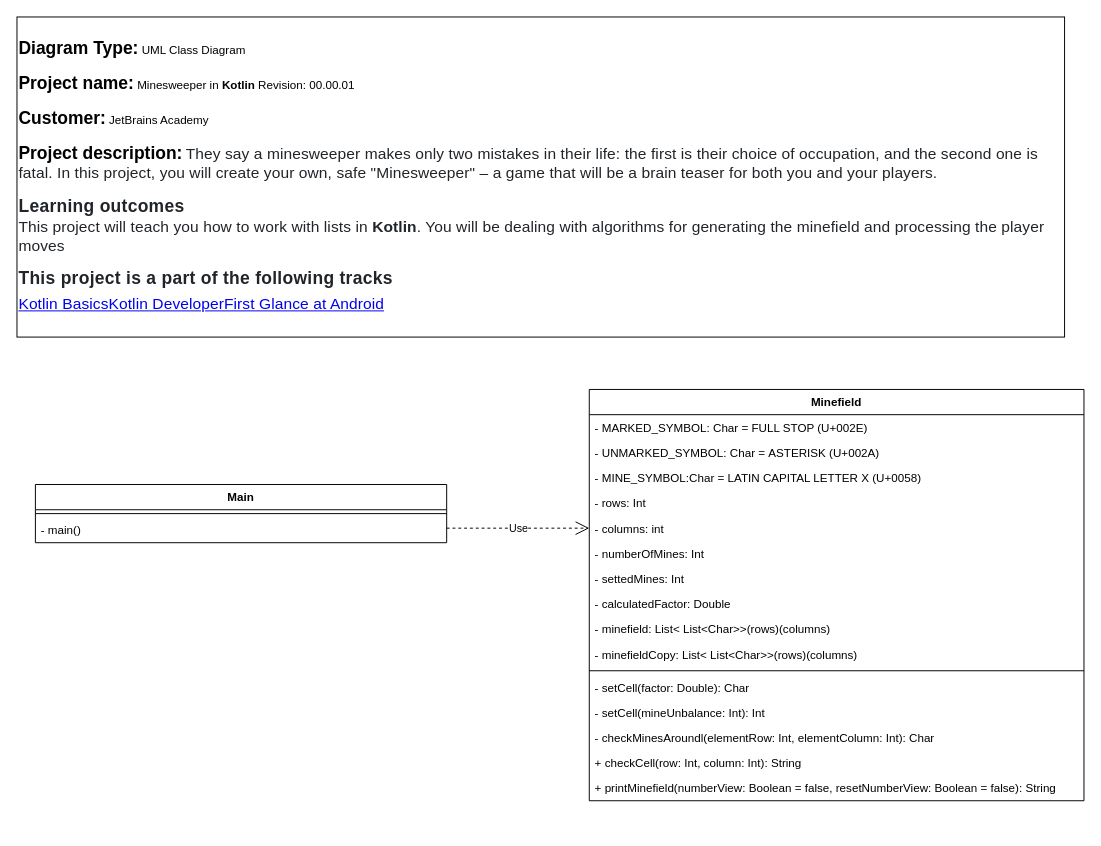
AlbertoVictorRebello/academy.jetbrains.kotlinBasics keeps this draw.io diagram as minesweeper/UML/MinesweeperClassDiagram.drawio. Above is the earlier version. Source tidied: cells renumbered, new cells numbered last; positions are measured from the earlier drawing's top-left corner, leaving out a move shared by most shapes. Both pictures are drawn from the tidied source at 97%, with x=0, y=0 at pixel (16, 16).
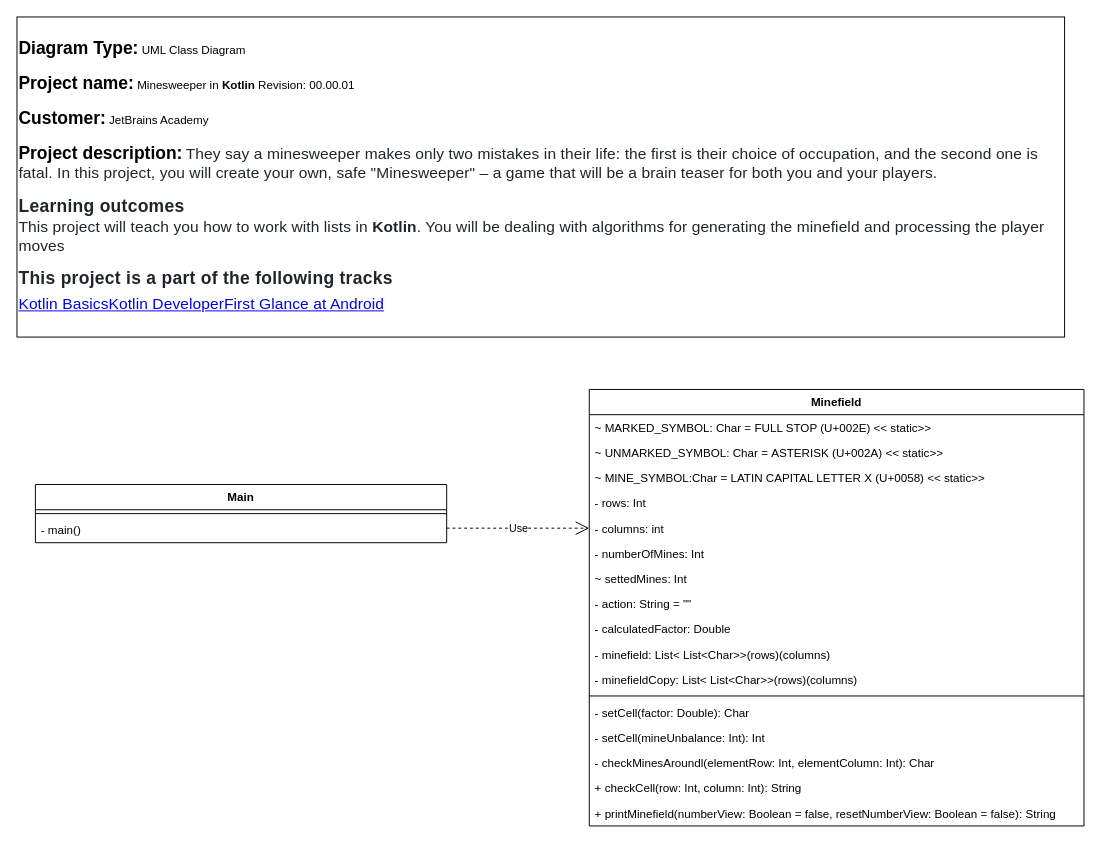
After the change.

What changed in the source:
```diff
@@
     <mxCell id="7" value="Minefield" style="swimlane;fontStyle=1;align=center;verticalAlign=top;horizontal=1;startSize=26;" parent="1" vertex="1">
-      <mxGeometry x="590" y="384" width="510" height="424" as="geometry" />
+      <mxGeometry x="590" y="384" width="510" height="450" as="geometry" />
     </mxCell>
-    <mxCell id="8" value="- MARKED_SYMBOL: Char = FULL STOP (U+002E)" style="text;strokeColor=none;fillColor=none;align=left;verticalAlign=top;spacingLeft=4;spacingRight=4;overflow=hidden;" parent="7" vertex="1">
+    <mxCell id="8" value="~ MARKED_SYMBOL: Char = FULL STOP (U+002E) &lt;&lt; static&gt;&gt;" style="text;strokeColor=none;fillColor=none;align=left;verticalAlign=top;spacingLeft=4;spacingRight=4;overflow=hidden;" parent="7" vertex="1">
       <mxGeometry y="26" width="510" height="26" as="geometry" />
     </mxCell>
-    <mxCell id="9" value="- UNMARKED_SYMBOL: Char = ASTERISK (U+002A)" style="text;strokeColor=none;fillColor=none;align=left;verticalAlign=top;spacingLeft=4;spacingRight=4;overflow=hidden;" parent="7" vertex="1">
+    <mxCell id="9" value="~ UNMARKED_SYMBOL: Char = ASTERISK (U+002A) &lt;&lt; static&gt;&gt;" style="text;strokeColor=none;fillColor=none;align=left;verticalAlign=top;spacingLeft=4;spacingRight=4;overflow=hidden;" parent="7" vertex="1">
       <mxGeometry y="52" width="510" height="26" as="geometry" />
     </mxCell>
-    <mxCell id="10" value="- MINE_SYMBOL:Char = LATIN CAPITAL LETTER X (U+0058)" style="text;strokeColor=none;fillColor=none;align=left;verticalAlign=top;spacingLeft=4;spacingRight=4;overflow=hidden;" parent="7" vertex="1">
+    <mxCell id="10" value="~ MINE_SYMBOL:Char = LATIN CAPITAL LETTER X (U+0058) &lt;&lt; static&gt;&gt;" style="text;strokeColor=none;fillColor=none;align=left;verticalAlign=top;spacingLeft=4;spacingRight=4;overflow=hidden;" parent="7" vertex="1">
       <mxGeometry y="78" width="510" height="26" as="geometry" />
     </mxCell>
@@
-    <mxCell id="14" value="- settedMines: Int&#10;" style="text;strokeColor=none;fillColor=none;align=left;verticalAlign=top;spacingLeft=4;spacingRight=4;overflow=hidden;" parent="7" vertex="1">
+    <mxCell id="14" value="~ settedMines: Int&#10;" style="text;strokeColor=none;fillColor=none;align=left;verticalAlign=top;spacingLeft=4;spacingRight=4;overflow=hidden;" parent="7" vertex="1">
       <mxGeometry y="182" width="510" height="26" as="geometry" />
     </mxCell>
+    <mxCell id="24" value="- action: String = &quot;&quot;&#10;" style="text;strokeColor=none;fillColor=none;align=left;verticalAlign=top;spacingLeft=4;spacingRight=4;overflow=hidden;" parent="7" vertex="1">
+      <mxGeometry y="208" width="510" height="26" as="geometry" />
+    </mxCell>
     <mxCell id="15" value="- calculatedFactor: Double&#10;" style="text;strokeColor=none;fillColor=none;align=left;verticalAlign=top;spacingLeft=4;spacingRight=4;overflow=hidden;" parent="7" vertex="1">
-      <mxGeometry y="208" width="510" height="26" as="geometry" />
+      <mxGeometry y="234" width="510" height="26" as="geometry" />
     </mxCell>
     <mxCell id="16" value="- minefield: List&lt; List&lt;Char&gt;&gt;(rows)(columns)&#10;" style="text;strokeColor=none;fillColor=none;align=left;verticalAlign=top;spacingLeft=4;spacingRight=4;overflow=hidden;" parent="7" vertex="1">
-      <mxGeometry y="234" width="510" height="26" as="geometry" />
+      <mxGeometry y="260" width="510" height="26" as="geometry" />
     </mxCell>
     <mxCell id="17" value="- minefieldCopy: List&lt; List&lt;Char&gt;&gt;(rows)(columns)&#10;" style="text;strokeColor=none;fillColor=none;align=left;verticalAlign=top;spacingLeft=4;spacingRight=4;overflow=hidden;" parent="7" vertex="1">
-      <mxGeometry y="260" width="510" height="26" as="geometry" />
+      <mxGeometry y="286" width="510" height="26" as="geometry" />
     </mxCell>
     <mxCell id="18" style="line;strokeWidth=1;fillColor=none;align=left;verticalAlign=middle;spacingTop=-1;spacingLeft=3;spacingRight=3;labelPosition=right;" parent="7" vertex="1">
-      <mxGeometry y="286" width="510" height="8" as="geometry" />
+      <mxGeometry y="312" width="510" height="8" as="geometry" />
     </mxCell>
     <mxCell id="19" value="- setCell(factor: Double): Char" style="text;strokeColor=none;fillColor=none;align=left;verticalAlign=top;spacingLeft=4;spacingRight=4;overflow=hidden;" parent="7" vertex="1">
-      <mxGeometry y="294" width="510" height="26" as="geometry" />
+      <mxGeometry y="320" width="510" height="26" as="geometry" />
     </mxCell>
     <mxCell id="20" value="- setCell(mineUnbalance: Int): Int" style="text;strokeColor=none;fillColor=none;align=left;verticalAlign=top;spacingLeft=4;spacingRight=4;overflow=hidden;" parent="7" vertex="1">
-      <mxGeometry y="320" width="510" height="26" as="geometry" />
+      <mxGeometry y="346" width="510" height="26" as="geometry" />
     </mxCell>
     <mxCell id="21" value="- checkMinesAroundl(elementRow: Int, elementColumn: Int): Char" style="text;strokeColor=none;fillColor=none;align=left;verticalAlign=top;spacingLeft=4;spacingRight=4;overflow=hidden;" parent="7" vertex="1">
-      <mxGeometry y="346" width="510" height="26" as="geometry" />
+      <mxGeometry y="372" width="510" height="26" as="geometry" />
     </mxCell>
     <mxCell id="22" value="+ checkCell(row: Int, column: Int): String" style="text;strokeColor=none;fillColor=none;align=left;verticalAlign=top;spacingLeft=4;spacingRight=4;overflow=hidden;" parent="7" vertex="1">
-      <mxGeometry y="372" width="510" height="26" as="geometry" />
+      <mxGeometry y="398" width="510" height="26" as="geometry" />
     </mxCell>
     <mxCell id="23" value="+ printMinefield(numberView: Boolean = false, resetNumberView: Boolean = false): String" style="text;strokeColor=none;fillColor=none;align=left;verticalAlign=top;spacingLeft=4;spacingRight=4;overflow=hidden;" parent="7" vertex="1">
-      <mxGeometry y="398" width="510" height="26" as="geometry" />
+      <mxGeometry y="424" width="510" height="26" as="geometry" />
     </mxCell>
```
